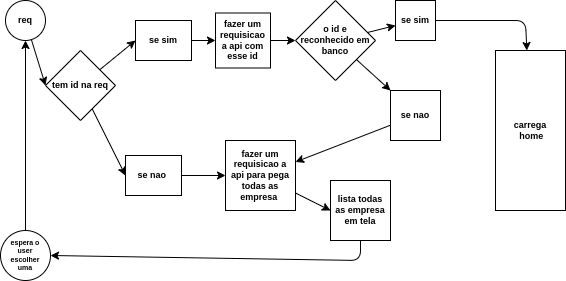
The draw.io diagram docs/flow-scheme-home.drawio.png in Aluisiolima/cardapio, before a commit. Source tidied: cells renumbered, new cells last; positions are measured from the earlier drawing's top-left corner, leaving out a move shared by most shapes. The source it was exported from:
```xml
<mxGraphModel>
  <root>
    <mxCell id="0" />
    <mxCell id="1" parent="0" />
    <mxCell id="2" style="edgeStyle=none;html=1;entryX=0;entryY=0.5;entryDx=0;entryDy=0;fillColor=none;strokeWidth=1;fontColor=#100f0f;labelBackgroundColor=none;fontSize=9;fontStyle=1;strokeColor=default;spacing=4;" parent="1" edge="1" source="3" target="6">
      <mxGeometry relative="1" as="geometry" />
    </mxCell>
    <mxCell id="3" value="req" style="ellipse;whiteSpace=wrap;html=1;fontSize=9;fontStyle=1;fillColor=none;strokeColor=default;strokeWidth=1;spacing=4;" parent="1" vertex="1">
      <mxGeometry x="5" width="40" height="40" as="geometry" />
    </mxCell>
    <mxCell id="4" style="edgeStyle=none;html=1;entryX=0;entryY=0.5;entryDx=0;entryDy=0;fontSize=9;fillColor=none;strokeWidth=1;fontColor=#100f0f;labelBackgroundColor=none;fontStyle=1;strokeColor=default;spacing=4;" parent="1" edge="1" source="6" target="8">
      <mxGeometry relative="1" as="geometry" />
    </mxCell>
    <mxCell id="5" style="edgeStyle=none;html=1;entryX=0;entryY=0.5;entryDx=0;entryDy=0;fontSize=9;fillColor=none;strokeWidth=1;fontColor=#100f0f;labelBackgroundColor=none;fontStyle=1;strokeColor=default;spacing=4;" parent="1" edge="1" source="6" target="10">
      <mxGeometry relative="1" as="geometry" />
    </mxCell>
    <mxCell id="6" value="&lt;font style=&quot;font-size: 9px;&quot;&gt;tem id na req&lt;/font&gt;" style="rhombus;whiteSpace=wrap;html=1;fillColor=none;strokeWidth=1;labelBackgroundColor=none;fontSize=9;fontStyle=1;strokeColor=default;spacing=4;" parent="1" vertex="1">
      <mxGeometry x="45" y="50" width="70" height="70" as="geometry" />
    </mxCell>
    <mxCell id="7" style="edgeStyle=none;html=1;entryX=0;entryY=0.5;entryDx=0;entryDy=0;fontSize=9;fillColor=none;strokeWidth=1;fontColor=#100f0f;labelBackgroundColor=none;fontStyle=1;strokeColor=default;spacing=4;" parent="1" edge="1" source="8" target="12">
      <mxGeometry relative="1" as="geometry" />
    </mxCell>
    <mxCell id="8" value="se sim" style="whiteSpace=wrap;html=1;fontSize=9;fillColor=none;strokeWidth=1;labelBackgroundColor=none;fontStyle=1;strokeColor=default;spacing=4;" parent="1" vertex="1">
      <mxGeometry x="135" y="20" width="56" height="40" as="geometry" />
    </mxCell>
    <mxCell id="9" style="edgeStyle=none;html=1;fontSize=9;fillColor=none;strokeWidth=1;fontColor=#100f0f;labelBackgroundColor=none;fontStyle=1;strokeColor=default;spacing=4;" parent="1" edge="1" source="10" target="14">
      <mxGeometry relative="1" as="geometry" />
    </mxCell>
    <mxCell id="10" value="se nao&amp;nbsp;" style="whiteSpace=wrap;html=1;fontSize=9;fillColor=none;strokeWidth=1;labelBackgroundColor=none;fontStyle=1;strokeColor=default;spacing=4;" parent="1" vertex="1">
      <mxGeometry x="125" y="155" width="56" height="40" as="geometry" />
    </mxCell>
    <mxCell id="11" style="edgeStyle=none;html=1;fontSize=9;fillColor=none;strokeWidth=1;fontColor=#100f0f;labelBackgroundColor=none;fontStyle=1;strokeColor=default;spacing=4;" parent="1" edge="1" source="12" target="19">
      <mxGeometry relative="1" as="geometry" />
    </mxCell>
    <mxCell id="12" value="fazer um requisicao a api com esse id" style="whiteSpace=wrap;html=1;fontSize=9;fillColor=none;strokeWidth=1;labelBackgroundColor=none;fontStyle=1;strokeColor=default;spacing=4;" parent="1" vertex="1">
      <mxGeometry x="215" y="12.5" width="55" height="55" as="geometry" />
    </mxCell>
    <mxCell id="13" style="edgeStyle=none;html=1;entryX=0;entryY=0.5;entryDx=0;entryDy=0;fillColor=none;strokeWidth=1;fontColor=#100f0f;labelBackgroundColor=none;fontSize=9;fontStyle=1;strokeColor=default;spacing=4;" parent="1" edge="1" source="14" target="26">
      <mxGeometry relative="1" as="geometry" />
    </mxCell>
    <mxCell id="14" value="fazer um requisicao a api para pega todas as empresa&amp;nbsp;" style="whiteSpace=wrap;html=1;fontSize=9;fillColor=none;strokeWidth=1;labelBackgroundColor=none;fontStyle=1;strokeColor=default;spacing=4;" parent="1" vertex="1">
      <mxGeometry x="225" y="140" width="70" height="70" as="geometry" />
    </mxCell>
    <mxCell id="15" style="edgeStyle=none;html=1;entryX=0.5;entryY=1;entryDx=0;entryDy=0;fillColor=none;strokeWidth=1;fontColor=#100f0f;labelBackgroundColor=none;fontSize=9;fontStyle=1;strokeColor=default;spacing=4;" parent="1" edge="1" source="16" target="3">
      <mxGeometry relative="1" as="geometry" />
    </mxCell>
    <mxCell id="16" value="espera o user escolher uma" style="ellipse;whiteSpace=wrap;html=1;fontSize=7;fillColor=none;fontStyle=1;strokeColor=default;strokeWidth=1;spacing=4;" parent="1" vertex="1">
      <mxGeometry y="230" width="50" height="50" as="geometry" />
    </mxCell>
    <mxCell id="17" style="edgeStyle=none;html=1;entryX=0;entryY=0;entryDx=0;entryDy=0;fontSize=9;fillColor=none;strokeWidth=1;fontColor=#100f0f;labelBackgroundColor=none;fontStyle=1;strokeColor=default;spacing=4;" parent="1" edge="1" source="19" target="21">
      <mxGeometry relative="1" as="geometry" />
    </mxCell>
    <mxCell id="18" style="edgeStyle=none;html=1;fontSize=9;fillColor=none;strokeWidth=1;fontColor=#100f0f;labelBackgroundColor=none;fontStyle=1;strokeColor=default;spacing=4;" parent="1" edge="1" source="19" target="23">
      <mxGeometry relative="1" as="geometry" />
    </mxCell>
    <mxCell id="19" value="&lt;font style=&quot;font-size: 9px;&quot;&gt;o id e reconhecido em banco&lt;/font&gt;" style="rhombus;whiteSpace=wrap;html=1;spacingRight=0;spacingBottom=0;spacing=4;fillColor=none;strokeWidth=1;labelBackgroundColor=none;fontSize=9;fontStyle=1;strokeColor=default;" parent="1" vertex="1">
      <mxGeometry x="295" width="80" height="80" as="geometry" />
    </mxCell>
    <mxCell id="20" style="edgeStyle=none;html=1;fontSize=9;fillColor=none;strokeWidth=1;fontColor=#100f0f;labelBackgroundColor=none;fontStyle=1;strokeColor=default;spacing=4;" parent="1" edge="1" source="21" target="14">
      <mxGeometry relative="1" as="geometry" />
    </mxCell>
    <mxCell id="21" value="&lt;font style=&quot;font-size: 9px;&quot;&gt;se nao&lt;/font&gt;" style="whiteSpace=wrap;html=1;fontSize=9;fillColor=none;strokeWidth=1;labelBackgroundColor=none;fontStyle=1;strokeColor=default;spacing=4;" parent="1" vertex="1">
      <mxGeometry x="390" y="90" width="50" height="50" as="geometry" />
    </mxCell>
    <mxCell id="22" style="edgeStyle=none;html=1;exitX=1;exitY=0.5;exitDx=0;exitDy=0;fontSize=9;fillColor=none;strokeWidth=1;fontColor=#100f0f;labelBackgroundColor=none;fontStyle=1;strokeColor=default;spacing=4;" parent="1" edge="1" source="23" target="24">
      <mxGeometry relative="1" as="geometry">
        <Array as="points">
          <mxPoint x="525" y="20" />
        </Array>
      </mxGeometry>
    </mxCell>
    <mxCell id="23" value="se sim" style="whiteSpace=wrap;html=1;fontSize=9;fillColor=none;strokeWidth=1;labelBackgroundColor=none;fontStyle=1;strokeColor=default;spacing=4;" parent="1" vertex="1">
      <mxGeometry x="395" width="40" height="40" as="geometry" />
    </mxCell>
    <mxCell id="24" value="carrega&lt;br style=&quot;font-size: 9px;&quot;&gt;&amp;nbsp;home" style="whiteSpace=wrap;html=1;fontSize=9;rotation=0;fillColor=none;strokeWidth=1;labelBackgroundColor=none;fontStyle=1;strokeColor=default;spacing=4;" parent="1" vertex="1">
      <mxGeometry x="495" y="50" width="70" height="160" as="geometry" />
    </mxCell>
    <mxCell id="25" style="edgeStyle=none;html=1;entryX=1;entryY=0.5;entryDx=0;entryDy=0;fillColor=none;strokeWidth=1;fontColor=#100f0f;labelBackgroundColor=none;fontStyle=1;strokeColor=default;spacing=4;" parent="1" edge="1" source="26" target="16">
      <mxGeometry relative="1" as="geometry">
        <Array as="points">
          <mxPoint x="360" y="260" />
        </Array>
      </mxGeometry>
    </mxCell>
    <mxCell id="26" value="lista todas as empresa em tela" style="whiteSpace=wrap;html=1;fillColor=none;strokeWidth=1;labelBackgroundColor=none;fontSize=9;fontStyle=1;strokeColor=default;spacing=4;" parent="1" vertex="1">
      <mxGeometry x="330" y="180" width="60" height="60" as="geometry" />
    </mxCell>
  </root>
</mxGraphModel>
```
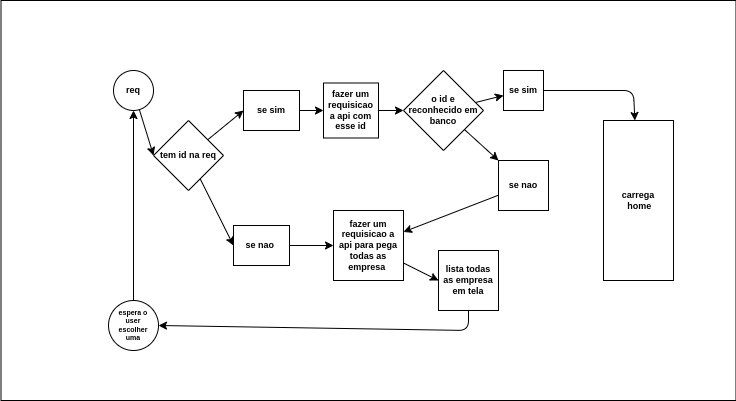
The same diagram one commit later.

What changed in the source:
```diff
@@ -2,6 +2,9 @@
   <root>
     <mxCell id="0" />
     <mxCell id="1" parent="0" />
+    <mxCell id="27" style="whiteSpace=wrap;html=1;" parent="1" vertex="1">
+      <mxGeometry x="-107.5" y="-70" width="735" height="400" as="geometry" />
+    </mxCell>
     <mxCell id="2" style="edgeStyle=none;html=1;entryX=0;entryY=0.5;entryDx=0;entryDy=0;fillColor=none;strokeWidth=1;fontColor=#100f0f;labelBackgroundColor=none;fontSize=9;fontStyle=1;strokeColor=default;spacing=4;" parent="1" edge="1" source="3" target="6">
       <mxGeometry relative="1" as="geometry" />
     </mxCell>
```
